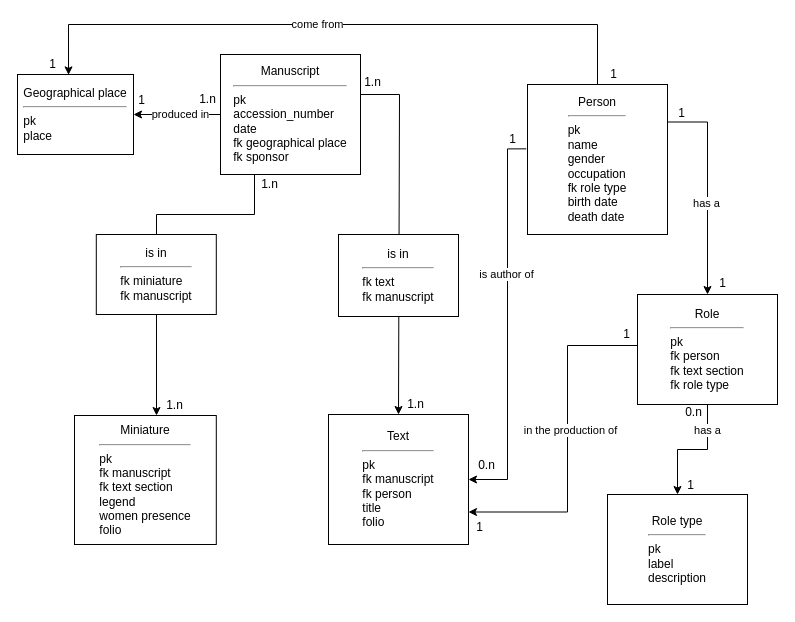
Above: Diagramme_manuscrits_enlluminés.drawio in ellieiri/enluminures_arthuriennes (draw.io), before the change. Source tidied: cells renumbered, new cells numbered last; positions are measured from the earlier drawing's top-left corner, leaving out a move shared by most shapes. Both pictures are drawn from the tidied source at 100%, with x=0, y=0 at pixel (17, 24).
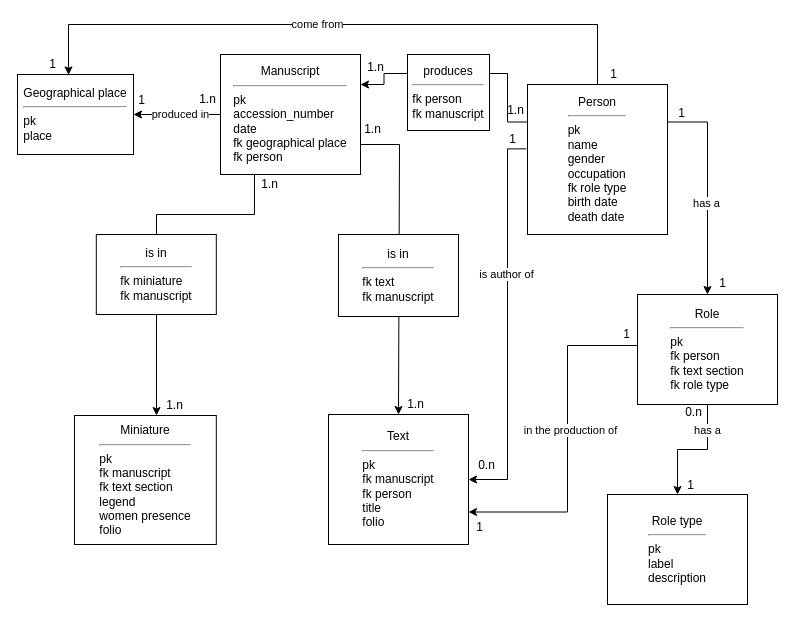
The same page after the edit.

Commit message:
Mettre à jour Diagramme_manuscrits_enlluminés.drawio

The change refers to these unchanged cells:
```xml
<mxCell id="13" value="&lt;div align=&quot;center&quot;&gt;Text&lt;/div&gt;&lt;div align=&quot;center&quot;&gt;&lt;hr&gt;&lt;/div&gt;&lt;div align=&quot;left&quot;&gt;pk&lt;/div&gt;&lt;div align=&quot;left&quot;&gt;fk manuscript&lt;br&gt;&lt;/div&gt;&lt;div align=&quot;left&quot;&gt;fk person&lt;br&gt;&lt;/div&gt;&lt;div align=&quot;left&quot;&gt;title&lt;/div&gt;&lt;div align=&quot;left&quot;&gt;folio&lt;/div&gt;" style="rounded=0;whiteSpace=wrap;html=1;align=center;" parent="1" vertex="1">
  <mxGeometry x="311" y="390" width="140" height="130" as="geometry" />
</mxCell>
<mxCell id="28" value="&lt;div align=&quot;center&quot;&gt;Person&lt;br&gt;&lt;/div&gt;&lt;div align=&quot;center&quot;&gt;&lt;hr&gt;&lt;/div&gt;&lt;div align=&quot;left&quot;&gt;pk&lt;/div&gt;&lt;div align=&quot;left&quot;&gt;name&lt;/div&gt;&lt;div align=&quot;left&quot;&gt;gender&lt;/div&gt;&lt;div align=&quot;left&quot;&gt;occupation&lt;/div&gt;&lt;div align=&quot;left&quot;&gt;fk role type&lt;/div&gt;&lt;div align=&quot;left&quot;&gt;birth date&lt;/div&gt;&lt;div align=&quot;left&quot;&gt;death date&lt;br&gt;&lt;/div&gt;" style="rounded=0;whiteSpace=wrap;html=1;align=center;" parent="1" vertex="1">
  <mxGeometry x="510" y="60" width="140" height="150" as="geometry" />
</mxCell>
```

The edit, as a diff of the source:
```diff
@@
     <mxCell id="3" style="edgeStyle=orthogonalEdgeStyle;rounded=0;jettySize=auto;html=1;entryX=0.5;entryY=0;entryDx=0;entryDy=0;" parent="1" edge="1" source="6" target="13">
       <mxGeometry relative="1" as="geometry">
         <Array as="points">
-          <mxPoint x="382" y="70" />
+          <mxPoint x="382" y="120" />
+          <mxPoint x="382" y="390" />
         </Array>
       </mxGeometry>
     </mxCell>
@@
-    <mxCell id="6" value="&lt;div&gt;Manuscript&lt;/div&gt;&lt;div&gt;&lt;hr&gt;&lt;/div&gt;&lt;div align=&quot;left&quot;&gt;pk&lt;/div&gt;&lt;div align=&quot;left&quot;&gt;accession_number&lt;/div&gt;&lt;div align=&quot;left&quot;&gt;date&lt;/div&gt;&lt;div align=&quot;left&quot;&gt;fk geographical place&lt;/div&gt;&lt;div align=&quot;left&quot;&gt;fk sponsor&lt;br&gt;&lt;/div&gt;" style="rounded=0;whiteSpace=wrap;html=1;" parent="1" vertex="1">
+    <mxCell id="6" value="&lt;div&gt;Manuscript&lt;/div&gt;&lt;div&gt;&lt;hr&gt;&lt;/div&gt;&lt;div align=&quot;left&quot;&gt;pk&lt;/div&gt;&lt;div align=&quot;left&quot;&gt;accession_number&lt;/div&gt;&lt;div align=&quot;left&quot;&gt;date&lt;/div&gt;&lt;div align=&quot;left&quot;&gt;fk geographical place&lt;/div&gt;&lt;div align=&quot;left&quot;&gt;fk person&lt;br&gt;&lt;/div&gt;" style="rounded=0;whiteSpace=wrap;html=1;" parent="1" vertex="1">
       <mxGeometry x="203" y="30" width="140" height="120" as="geometry" />
     </mxCell>
@@
     <mxCell id="23" value="1.n" style="text;html=1;align=center;verticalAlign=middle;strokeColor=none;fillColor=none;" parent="1" vertex="1">
-      <mxGeometry x="335" y="43" width="40" height="30" as="geometry" />
+      <mxGeometry x="335" y="90" width="40" height="30" as="geometry" />
     </mxCell>
@@
+    <mxCell id="41" style="edgeStyle=orthogonalEdgeStyle;rounded=0;jettySize=auto;html=1;exitX=0;exitY=0.25;exitDx=0;exitDy=0;entryX=1;entryY=0.25;entryDx=0;entryDy=0;startArrow=none;" parent="1" edge="1" source="44" target="6">
+      <mxGeometry relative="1" as="geometry" />
+    </mxCell>
@@
+    <mxCell id="42" value="1.n" style="text;html=1;align=center;verticalAlign=middle;strokeColor=none;fillColor=none;" parent="1" vertex="1">
+      <mxGeometry x="478" y="71" width="40" height="30" as="geometry" />
+    </mxCell>
+    <mxCell id="43" value="1.n" style="text;html=1;align=center;verticalAlign=middle;strokeColor=none;fillColor=none;" parent="1" vertex="1">
+      <mxGeometry x="338" y="28" width="40" height="30" as="geometry" />
+    </mxCell>
+    <mxCell id="44" value="&lt;div&gt;produces&lt;br&gt;&lt;/div&gt;&lt;div&gt;&lt;hr&gt;&lt;/div&gt;&lt;div align=&quot;left&quot;&gt;fk person&lt;br&gt;&lt;/div&gt;&lt;div align=&quot;left&quot;&gt;fk manuscript&lt;/div&gt;" style="rounded=0;whiteSpace=wrap;html=1;" parent="1" vertex="1">
+      <mxGeometry x="390" y="30" width="82" height="76" as="geometry" />
+    </mxCell>
+    <mxCell id="45" style="edgeStyle=orthogonalEdgeStyle;rounded=0;jettySize=auto;html=1;exitX=0;exitY=0.25;exitDx=0;exitDy=0;entryX=1;entryY=0.25;entryDx=0;entryDy=0;endArrow=none;" parent="1" edge="1" source="28" target="44">
+      <mxGeometry relative="1" as="geometry" />
+    </mxCell>
```
